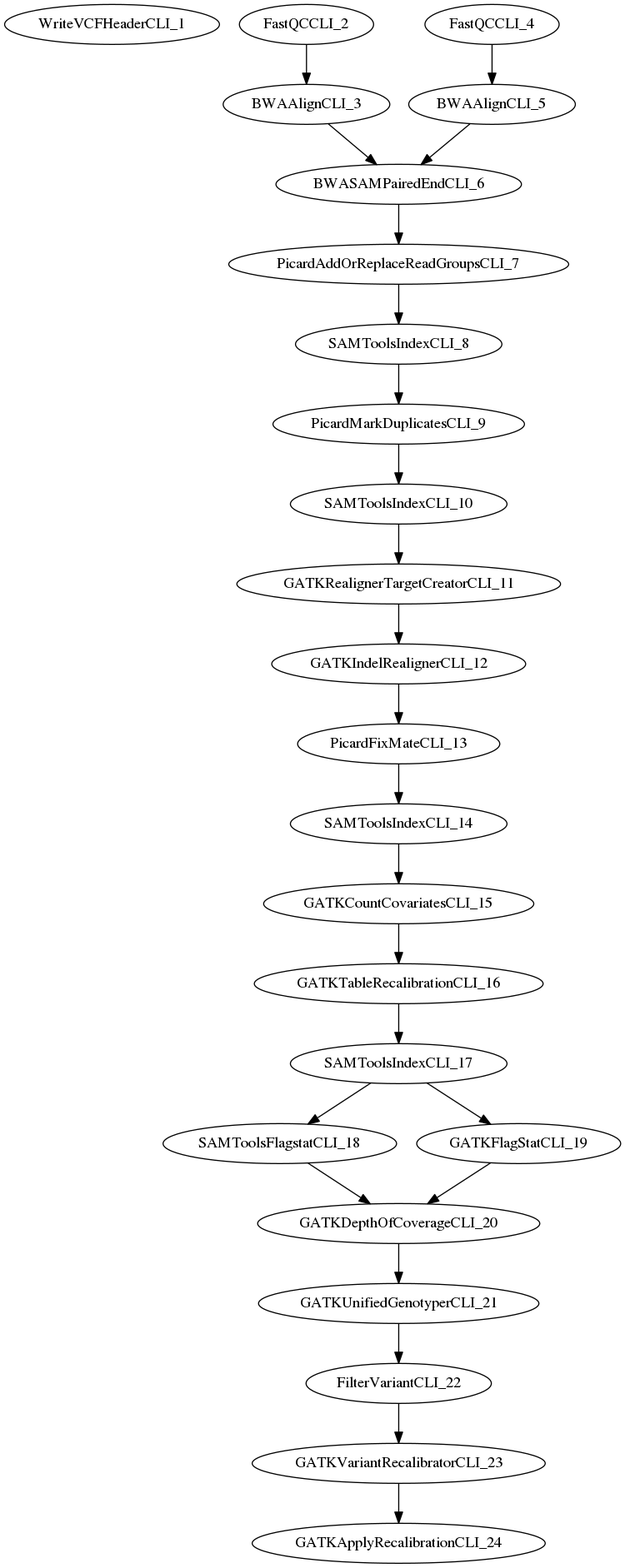
Above: src/site/resources/images/workflow.dag.png in jdr0887/MaPSeq-Pipeline-NCNEXUS38-Alignment (Graphviz), before the change. Its source is kept beside it as src/site/resources/images/workflow.dag.dot.
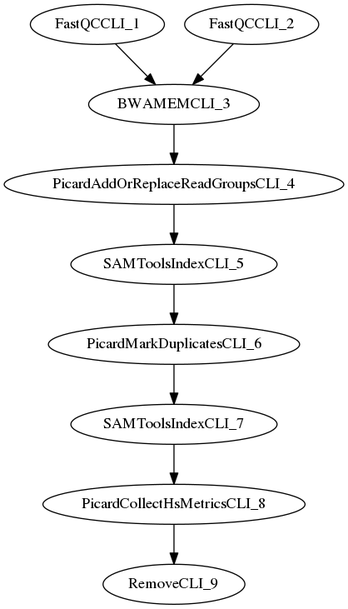
Above is the later version.

The edit, as a diff of the source:
```diff
@@ -1,49 +1,19 @@
 digraph G {
-  WriteVCFHeaderCLI_1 [ label="WriteVCFHeaderCLI_1" ];
+  FastQCCLI_1 [ label="FastQCCLI_1" ];
   FastQCCLI_2 [ label="FastQCCLI_2" ];
-  BWAAlignCLI_3 [ label="BWAAlignCLI_3" ];
-  FastQCCLI_4 [ label="FastQCCLI_4" ];
-  BWAAlignCLI_5 [ label="BWAAlignCLI_5" ];
-  BWASAMPairedEndCLI_6 [ label="BWASAMPairedEndCLI_6" ];
-  PicardAddOrReplaceReadGroupsCLI_7 [ label="PicardAddOrReplaceReadGroupsCLI_7" ];
-  SAMToolsIndexCLI_8 [ label="SAMToolsIndexCLI_8" ];
-  PicardMarkDuplicatesCLI_9 [ label="PicardMarkDuplicatesCLI_9" ];
-  SAMToolsIndexCLI_10 [ label="SAMToolsIndexCLI_10" ];
-  GATKRealignerTargetCreatorCLI_11 [ label="GATKRealignerTargetCreatorCLI_11" ];
-  GATKIndelRealignerCLI_12 [ label="GATKIndelRealignerCLI_12" ];
-  PicardFixMateCLI_13 [ label="PicardFixMateCLI_13" ];
-  SAMToolsIndexCLI_14 [ label="SAMToolsIndexCLI_14" ];
-  GATKCountCovariatesCLI_15 [ label="GATKCountCovariatesCLI_15" ];
-  GATKTableRecalibrationCLI_16 [ label="GATKTableRecalibrationCLI_16" ];
-  SAMToolsIndexCLI_17 [ label="SAMToolsIndexCLI_17" ];
-  SAMToolsFlagstatCLI_18 [ label="SAMToolsFlagstatCLI_18" ];
-  GATKFlagStatCLI_19 [ label="GATKFlagStatCLI_19" ];
-  GATKDepthOfCoverageCLI_20 [ label="GATKDepthOfCoverageCLI_20" ];
-  GATKUnifiedGenotyperCLI_21 [ label="GATKUnifiedGenotyperCLI_21" ];
-  FilterVariantCLI_22 [ label="FilterVariantCLI_22" ];
-  GATKVariantRecalibratorCLI_23 [ label="GATKVariantRecalibratorCLI_23" ];
-  GATKApplyRecalibrationCLI_24 [ label="GATKApplyRecalibrationCLI_24" ];
-  FastQCCLI_2 -> BWAAlignCLI_3;
-  FastQCCLI_4 -> BWAAlignCLI_5;
-  BWAAlignCLI_3 -> BWASAMPairedEndCLI_6;
-  BWAAlignCLI_5 -> BWASAMPairedEndCLI_6;
-  BWASAMPairedEndCLI_6 -> PicardAddOrReplaceReadGroupsCLI_7;
-  PicardAddOrReplaceReadGroupsCLI_7 -> SAMToolsIndexCLI_8;
-  SAMToolsIndexCLI_8 -> PicardMarkDuplicatesCLI_9;
-  PicardMarkDuplicatesCLI_9 -> SAMToolsIndexCLI_10;
-  SAMToolsIndexCLI_10 -> GATKRealignerTargetCreatorCLI_11;
-  GATKRealignerTargetCreatorCLI_11 -> GATKIndelRealignerCLI_12;
-  GATKIndelRealignerCLI_12 -> PicardFixMateCLI_13;
-  PicardFixMateCLI_13 -> SAMToolsIndexCLI_14;
-  SAMToolsIndexCLI_14 -> GATKCountCovariatesCLI_15;
-  GATKCountCovariatesCLI_15 -> GATKTableRecalibrationCLI_16;
-  GATKTableRecalibrationCLI_16 -> SAMToolsIndexCLI_17;
-  SAMToolsIndexCLI_17 -> SAMToolsFlagstatCLI_18;
-  SAMToolsIndexCLI_17 -> GATKFlagStatCLI_19;
-  SAMToolsFlagstatCLI_18 -> GATKDepthOfCoverageCLI_20;
-  GATKFlagStatCLI_19 -> GATKDepthOfCoverageCLI_20;
-  GATKDepthOfCoverageCLI_20 -> GATKUnifiedGenotyperCLI_21;
-  GATKUnifiedGenotyperCLI_21 -> FilterVariantCLI_22;
-  FilterVariantCLI_22 -> GATKVariantRecalibratorCLI_23;
-  GATKVariantRecalibratorCLI_23 -> GATKApplyRecalibrationCLI_24;
+  BWAMEMCLI_3 [ label="BWAMEMCLI_3" ];
+  PicardAddOrReplaceReadGroupsCLI_4 [ label="PicardAddOrReplaceReadGroupsCLI_4" ];
+  SAMToolsIndexCLI_5 [ label="SAMToolsIndexCLI_5" ];
+  PicardMarkDuplicatesCLI_6 [ label="PicardMarkDuplicatesCLI_6" ];
+  SAMToolsIndexCLI_7 [ label="SAMToolsIndexCLI_7" ];
+  PicardCollectHsMetricsCLI_8 [ label="PicardCollectHsMetricsCLI_8" ];
+  RemoveCLI_9 [ label="RemoveCLI_9" ];
+  FastQCCLI_1 -> BWAMEMCLI_3;
+  FastQCCLI_2 -> BWAMEMCLI_3;
+  BWAMEMCLI_3 -> PicardAddOrReplaceReadGroupsCLI_4;
+  PicardAddOrReplaceReadGroupsCLI_4 -> SAMToolsIndexCLI_5;
+  SAMToolsIndexCLI_5 -> PicardMarkDuplicatesCLI_6;
+  PicardMarkDuplicatesCLI_6 -> SAMToolsIndexCLI_7;
+  SAMToolsIndexCLI_7 -> PicardCollectHsMetricsCLI_8;
+  PicardCollectHsMetricsCLI_8 -> RemoveCLI_9;
 }
```
